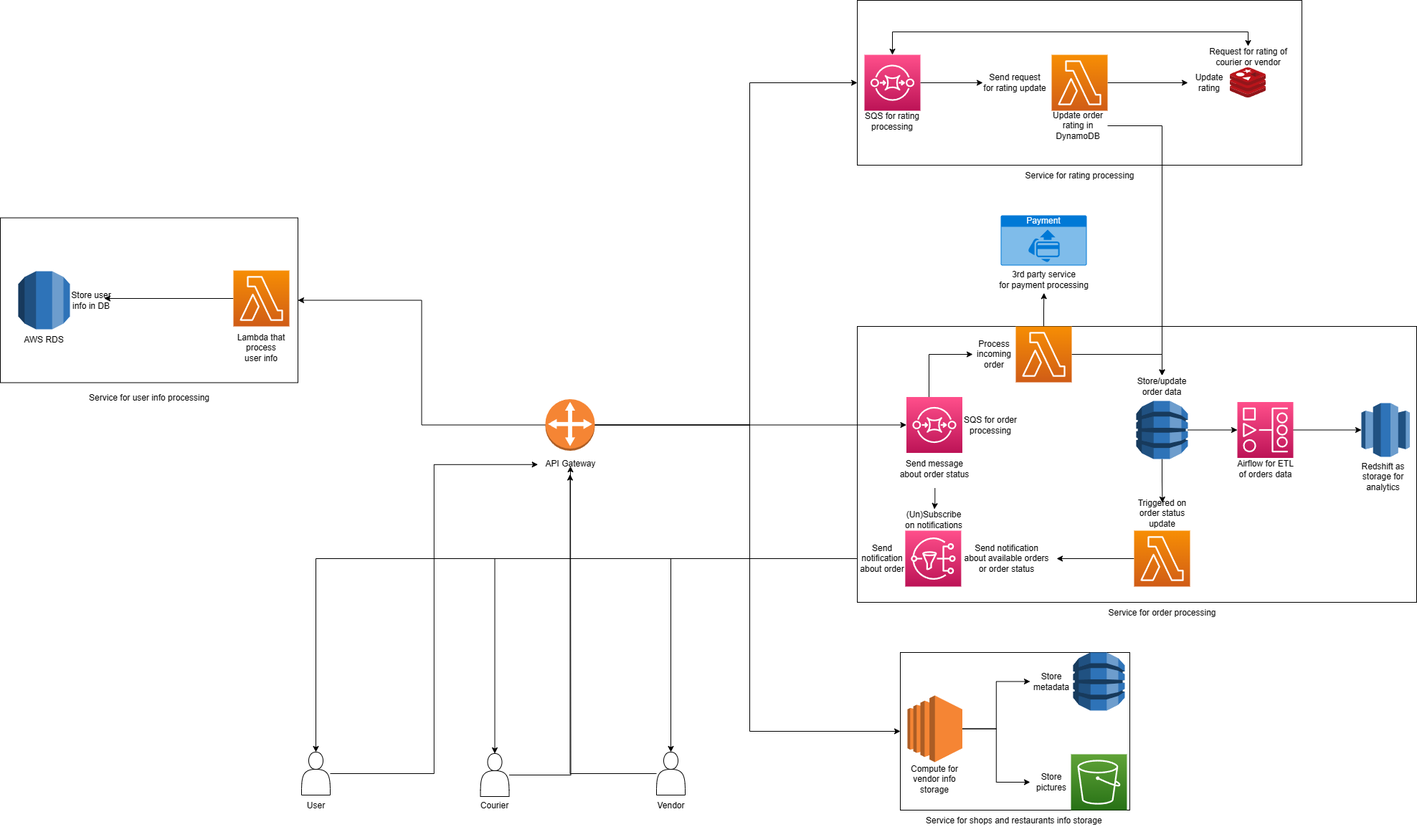
Above: task4/Glovo.drawio.png in alexzarembovskiy/arch (draw.io), before the change. Source tidied: cells renumbered, new cells last; positions are measured from the earlier drawing's top-left corner, leaving out a move shared by most shapes.
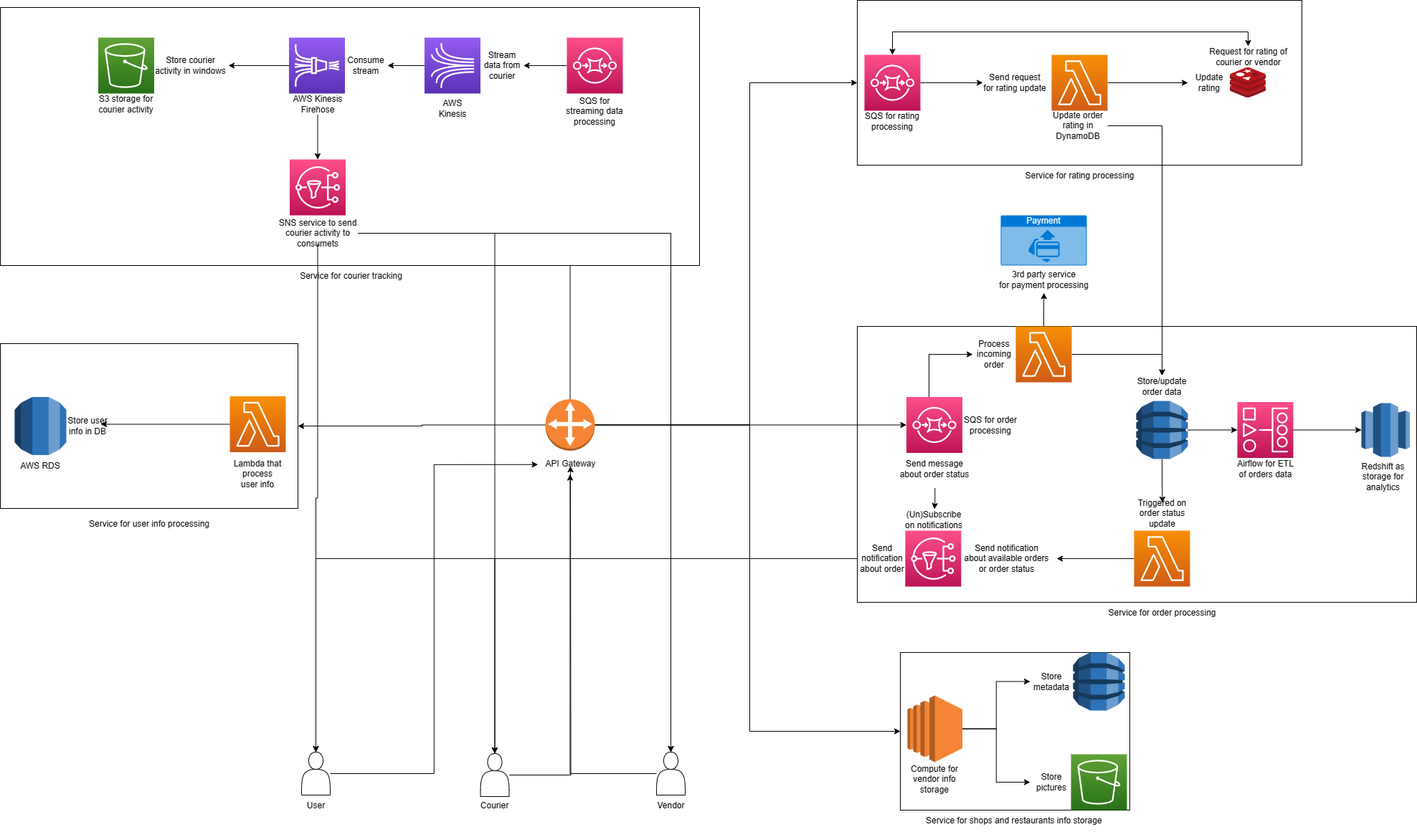
Later version of the same file.

What changed in the source:
```diff
@@ -3,7 +3,7 @@
     <mxCell id="0" />
     <mxCell id="1" parent="0" />
     <mxCell id="2" style="rounded=0;whiteSpace=wrap;html=1;" parent="1" vertex="1">
-      <mxGeometry y="303.5" width="415" height="230" as="geometry" />
+      <mxGeometry y="479" width="415" height="230" as="geometry" />
     </mxCell>
     <mxCell id="3" style="rounded=0;whiteSpace=wrap;html=1;" parent="1" vertex="1">
       <mxGeometry x="1195" width="620" height="230" as="geometry" />
@@ -62,6 +62,9 @@
     <mxCell id="17" style="edgeStyle=orthogonalEdgeStyle;rounded=0;jettySize=auto;html=1;entryX=1;entryY=0.5;entryDx=0;entryDy=0;" parent="1" edge="1" source="18" target="2">
       <mxGeometry relative="1" as="geometry" />
     </mxCell>
+    <mxCell id="81" style="edgeStyle=orthogonalEdgeStyle;rounded=0;jettySize=auto;html=1;entryX=0.5;entryY=1;entryDx=0;entryDy=0;" parent="1" edge="1" source="18" target="85">
+      <mxGeometry relative="1" as="geometry" />
+    </mxCell>
     <mxCell id="18" style="outlineConnect=0;dashed=0;verticalLabelPosition=bottom;verticalAlign=top;align=center;html=1;shape=mxgraph.aws3.customer_gateway;fillColor=#F58534;gradientColor=none;" parent="1" vertex="1">
       <mxGeometry x="760" y="556.5" width="69" height="72" as="geometry" />
     </mxCell>
@@ -243,22 +246,88 @@
       <mxGeometry relative="1" as="geometry" />
     </mxCell>
     <mxCell id="75" style="sketch=0;points=[[0,0,0],[0.25,0,0],[0.5,0,0],[0.75,0,0],[1,0,0],[0,1,0],[0.25,1,0],[0.5,1,0],[0.75,1,0],[1,1,0],[0,0.25,0],[0,0.5,0],[0,0.75,0],[1,0.25,0],[1,0.5,0],[1,0.75,0]];outlineConnect=0;fontColor=#232F3E;gradientColor=#F78E04;gradientDirection=north;fillColor=#D05C17;strokeColor=#ffffff;dashed=0;verticalLabelPosition=bottom;verticalAlign=top;align=center;html=1;fontSize=12;fontStyle=0;shape=mxgraph.aws4.resourceIcon;resIcon=mxgraph.aws4.lambda;" parent="1" vertex="1">
-      <mxGeometry x="325" y="377" width="78" height="78" as="geometry" />
+      <mxGeometry x="320" y="552.5" width="78" height="78" as="geometry" />
     </mxCell>
     <mxCell id="76" style="dashed=0;verticalLabelPosition=bottom;verticalAlign=top;align=center;html=1;shape=mxgraph.aws3.rds;fillColor=#2E73B8;gradientColor=none;" parent="1" vertex="1">
-      <mxGeometry x="25" y="378" width="72" height="81" as="geometry" />
+      <mxGeometry x="20" y="553.5" width="72" height="81" as="geometry" />
     </mxCell>
     <mxCell id="77" value="Service for user info processing" style="text;html=1;strokeColor=none;fillColor=none;align=center;verticalAlign=middle;whiteSpace=wrap;rounded=0;" parent="1" vertex="1">
-      <mxGeometry x="112.5" y="540" width="190" height="30" as="geometry" />
+      <mxGeometry x="112.5" y="715.5" width="190" height="30" as="geometry" />
     </mxCell>
     <mxCell id="78" value="Store user info in DB" style="text;html=1;strokeColor=none;fillColor=none;align=center;verticalAlign=middle;whiteSpace=wrap;rounded=0;" parent="1" vertex="1">
-      <mxGeometry x="97" y="403.5" width="60" height="30" as="geometry" />
+      <mxGeometry x="92" y="579" width="60" height="30" as="geometry" />
     </mxCell>
     <mxCell id="79" value="AWS RDS" style="text;html=1;strokeColor=none;fillColor=none;align=center;verticalAlign=middle;whiteSpace=wrap;rounded=0;" parent="1" vertex="1">
-      <mxGeometry x="31" y="459" width="60" height="30" as="geometry" />
+      <mxGeometry x="26" y="634.5" width="60" height="30" as="geometry" />
     </mxCell>
     <mxCell id="80" value="Lambda that process user info" style="text;html=1;strokeColor=none;fillColor=none;align=center;verticalAlign=middle;whiteSpace=wrap;rounded=0;" parent="1" vertex="1">
-      <mxGeometry x="329" y="470" width="70" height="30" as="geometry" />
+      <mxGeometry x="324" y="645.5" width="70" height="30" as="geometry" />
     </mxCell>
+    <mxCell id="82" style="rounded=0;whiteSpace=wrap;html=1;" parent="1" vertex="1">
+      <mxGeometry y="10" width="975" height="360" as="geometry" />
+    </mxCell>
+    <mxCell id="83" style="edgeStyle=orthogonalEdgeStyle;rounded=0;jettySize=auto;html=1;" parent="1" edge="1" source="84" target="88">
+      <mxGeometry relative="1" as="geometry" />
+    </mxCell>
+    <mxCell id="84" style="sketch=0;points=[[0,0,0],[0.25,0,0],[0.5,0,0],[0.75,0,0],[1,0,0],[0,1,0],[0.25,1,0],[0.5,1,0],[0.75,1,0],[1,1,0],[0,0.25,0],[0,0.5,0],[0,0.75,0],[1,0.25,0],[1,0.5,0],[1,0.75,0]];outlineConnect=0;fontColor=#232F3E;gradientColor=#FF4F8B;gradientDirection=north;fillColor=#BC1356;strokeColor=#ffffff;dashed=0;verticalLabelPosition=bottom;verticalAlign=top;align=center;html=1;fontSize=12;fontStyle=0;shape=mxgraph.aws4.resourceIcon;resIcon=mxgraph.aws4.sqs;" parent="1" vertex="1">
+      <mxGeometry x="790" y="52" width="78" height="78" as="geometry" />
+    </mxCell>
+    <mxCell id="85" value="SQS for streaming data processing" style="text;html=1;strokeColor=none;fillColor=none;align=center;verticalAlign=middle;whiteSpace=wrap;rounded=0;" parent="1" vertex="1">
+      <mxGeometry x="784" y="140" width="90" height="30" as="geometry" />
+    </mxCell>
+    <mxCell id="86" style="edgeStyle=orthogonalEdgeStyle;rounded=0;jettySize=auto;html=1;entryX=1;entryY=0.5;entryDx=0;entryDy=0;" parent="1" edge="1" source="87" target="93">
+      <mxGeometry relative="1" as="geometry" />
+    </mxCell>
+    <mxCell id="87" style="sketch=0;points=[[0,0,0],[0.25,0,0],[0.5,0,0],[0.75,0,0],[1,0,0],[0,1,0],[0.25,1,0],[0.5,1,0],[0.75,1,0],[1,1,0],[0,0.25,0],[0,0.5,0],[0,0.75,0],[1,0.25,0],[1,0.5,0],[1,0.75,0]];outlineConnect=0;fontColor=#232F3E;gradientColor=#945DF2;gradientDirection=north;fillColor=#5A30B5;strokeColor=#ffffff;dashed=0;verticalLabelPosition=bottom;verticalAlign=top;align=center;html=1;fontSize=12;fontStyle=0;shape=mxgraph.aws4.resourceIcon;resIcon=mxgraph.aws4.kinesis;" parent="1" vertex="1">
+      <mxGeometry x="591.5" y="52" width="78" height="78" as="geometry" />
+    </mxCell>
+    <mxCell id="88" value="Stream data from courier" style="text;html=1;strokeColor=none;fillColor=none;align=center;verticalAlign=middle;whiteSpace=wrap;rounded=0;" parent="1" vertex="1">
+      <mxGeometry x="669.5" y="76" width="60" height="30" as="geometry" />
+    </mxCell>
+    <mxCell id="89" value="Service for courier tracking" style="text;html=1;align=center;verticalAlign=middle;strokeColor=none;fillColor=none;" parent="1" vertex="1">
+      <mxGeometry x="403.5" y="370" width="170" height="30" as="geometry" />
+    </mxCell>
+    <mxCell id="90" value="AWS Kinesis" style="text;html=1;strokeColor=none;fillColor=none;align=center;verticalAlign=middle;whiteSpace=wrap;rounded=0;" parent="1" vertex="1">
+      <mxGeometry x="600.5" y="136" width="60" height="30" as="geometry" />
+    </mxCell>
+    <mxCell id="91" style="edgeStyle=orthogonalEdgeStyle;rounded=0;jettySize=auto;html=1;entryX=1;entryY=0.5;entryDx=0;entryDy=0;" parent="1" edge="1" source="92" target="98">
+      <mxGeometry relative="1" as="geometry" />
+    </mxCell>
+    <mxCell id="92" style="sketch=0;points=[[0,0,0],[0.25,0,0],[0.5,0,0],[0.75,0,0],[1,0,0],[0,1,0],[0.25,1,0],[0.5,1,0],[0.75,1,0],[1,1,0],[0,0.25,0],[0,0.5,0],[0,0.75,0],[1,0.25,0],[1,0.5,0],[1,0.75,0]];outlineConnect=0;fontColor=#232F3E;gradientColor=#945DF2;gradientDirection=north;fillColor=#5A30B5;strokeColor=#ffffff;dashed=0;verticalLabelPosition=bottom;verticalAlign=top;align=center;html=1;fontSize=12;fontStyle=0;shape=mxgraph.aws4.resourceIcon;resIcon=mxgraph.aws4.kinesis_data_firehose;" parent="1" vertex="1">
+      <mxGeometry x="402.5" y="52" width="78" height="78" as="geometry" />
+    </mxCell>
+    <mxCell id="93" value="Consume&lt;br&gt;stream" style="text;html=1;strokeColor=none;fillColor=none;align=center;verticalAlign=middle;whiteSpace=wrap;rounded=0;" parent="1" vertex="1">
+      <mxGeometry x="480" y="76" width="60" height="30" as="geometry" />
+    </mxCell>
+    <mxCell id="94" style="edgeStyle=orthogonalEdgeStyle;rounded=0;jettySize=auto;html=1;" parent="1" edge="1" source="95" target="99">
+      <mxGeometry relative="1" as="geometry" />
+    </mxCell>
+    <mxCell id="95" value="AWS Kinesis Firehose" style="text;html=1;strokeColor=none;fillColor=none;align=center;verticalAlign=middle;whiteSpace=wrap;rounded=0;" parent="1" vertex="1">
+      <mxGeometry x="402.5" y="130" width="80" height="30" as="geometry" />
+    </mxCell>
+    <mxCell id="96" style="sketch=0;fontColor=#232F3E;gradientColor=#60A337;gradientDirection=north;fillColor=#277116;strokeColor=#ffffff;dashed=0;verticalLabelPosition=bottom;verticalAlign=top;align=center;html=1;fontSize=12;fontStyle=0;shape=mxgraph.aws4.resourceIcon;resIcon=mxgraph.aws4.s3;" parent="1" vertex="1">
+      <mxGeometry x="136.5" y="52" width="78" height="78" as="geometry" />
+    </mxCell>
+    <mxCell id="97" value="S3 storage for courier activity" style="text;html=1;strokeColor=none;fillColor=none;align=center;verticalAlign=middle;whiteSpace=wrap;rounded=0;" parent="1" vertex="1">
+      <mxGeometry x="135" y="130" width="81" height="30" as="geometry" />
+    </mxCell>
+    <mxCell id="98" value="Store courier activity in windows" style="text;html=1;strokeColor=none;fillColor=none;align=center;verticalAlign=middle;whiteSpace=wrap;rounded=0;" parent="1" vertex="1">
+      <mxGeometry x="213" y="76" width="105" height="30" as="geometry" />
+    </mxCell>
+    <mxCell id="99" style="sketch=0;points=[[0,0,0],[0.25,0,0],[0.5,0,0],[0.75,0,0],[1,0,0],[0,1,0],[0.25,1,0],[0.5,1,0],[0.75,1,0],[1,1,0],[0,0.25,0],[0,0.5,0],[0,0.75,0],[1,0.25,0],[1,0.5,0],[1,0.75,0]];outlineConnect=0;fontColor=#232F3E;gradientColor=#FF4F8B;gradientDirection=north;fillColor=#BC1356;strokeColor=#ffffff;dashed=0;verticalLabelPosition=bottom;verticalAlign=top;align=center;html=1;fontSize=12;fontStyle=0;shape=mxgraph.aws4.resourceIcon;resIcon=mxgraph.aws4.sns;" parent="1" vertex="1">
+      <mxGeometry x="403.5" y="222" width="78" height="78" as="geometry" />
+    </mxCell>
+    <mxCell id="100" style="edgeStyle=orthogonalEdgeStyle;rounded=0;jettySize=auto;html=1;entryX=0.5;entryY=0;entryDx=0;entryDy=0;" parent="1" edge="1" source="103" target="6">
+      <mxGeometry relative="1" as="geometry" />
+    </mxCell>
+    <mxCell id="101" style="edgeStyle=orthogonalEdgeStyle;rounded=0;jettySize=auto;html=1;entryX=0.5;entryY=0;entryDx=0;entryDy=0;" parent="1" edge="1" source="103" target="12">
+      <mxGeometry relative="1" as="geometry" />
+    </mxCell>
+    <mxCell id="102" style="edgeStyle=orthogonalEdgeStyle;rounded=0;jettySize=auto;html=1;entryX=0.5;entryY=0;entryDx=0;entryDy=0;" parent="1" edge="1" source="103" target="9">
+      <mxGeometry relative="1" as="geometry" />
+    </mxCell>
+    <mxCell id="103" value="SNS service to send courier activity to consumets" style="text;html=1;strokeColor=none;fillColor=none;align=center;verticalAlign=middle;whiteSpace=wrap;rounded=0;" parent="1" vertex="1">
+      <mxGeometry x="386.5" y="310" width="112" height="30" as="geometry" />
+    </mxCell>
   </root>
 </mxGraphModel>
```
